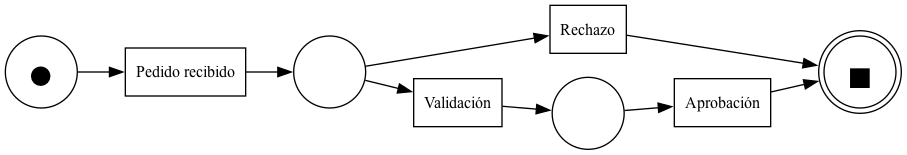
This is proyecto/proceso.png from IvanciniGT/fornacionProcessMining, a BPMN export, as it was before one commit. Its source is kept beside it as proyecto/proceso.bpmn. Ids are renumbered. The source it was exported from:
```xml
<bpmn:definitions xmlns:bpmn="http://www.omg.org/spec/BPMN/20100524/MODEL" xmlns:bpmndi="http://www.omg.org/spec/BPMN/20100524/DI" xmlns:omgdc="http://www.omg.org/spec/DD/20100524/DC" xmlns:omgdi="http://www.omg.org/spec/DD/20100524/DI" xmlns:xsi="http://www.w3.org/2001/XMLSchema-instance" xmlns:xsd="http://www.w3.org/2001/XMLSchema" targetNamespace="http://www.signavio.com/bpmn20" typeLanguage="http://www.w3.org/2001/XMLSchema" expressionLanguage="http://www.w3.org/1999/XPath">
	<bpmn:process id="id07df0a16-772d-4e4c-b213-dbe2029f565e" isClosed="false" isExecutable="false" processType="None">
		<bpmn:task id="idd175c2dd-d9d7-4afc-ac56-90d0a5f070ef" name="Aprobación">
			<bpmn:incoming>id39492d9d-66f8-4793-bb49-9fc16191d588</bpmn:incoming>
			<bpmn:outgoing>idd7492dc2-7cfe-4581-afa4-95319f27edb0</bpmn:outgoing>
		</bpmn:task>
		<bpmn:task id="id44bef094-f621-43da-8725-9857afab805f" name="Validación">
			<bpmn:incoming>id5c0fa94c-c4c3-417b-b7fa-5176b1067412</bpmn:incoming>
			<bpmn:outgoing>id39492d9d-66f8-4793-bb49-9fc16191d588</bpmn:outgoing>
		</bpmn:task>
		<bpmn:exclusiveGateway id="idbc122e82-72bc-4800-bb1d-11d58648e57e" gatewayDirection="Diverging" name="">
			<bpmn:incoming>ideee2c6b2-c3f3-4c30-8962-8a26df002ed3</bpmn:incoming>
			<bpmn:outgoing>id5c0fa94c-c4c3-417b-b7fa-5176b1067412</bpmn:outgoing>
			<bpmn:outgoing>id262f49ca-8179-479f-81b6-4537be7e9026</bpmn:outgoing>
		</bpmn:exclusiveGateway>
		<bpmn:startEvent id="id7e060848-5004-4439-8a41-2bea82f48877" isInterrupting="true" name="start" parallelMultiple="false">
			<bpmn:outgoing>idbb167b46-a9c0-4f31-a0cb-5dd1ac8ae245</bpmn:outgoing>
		</bpmn:startEvent>
		<bpmn:task id="id470d613f-b330-4660-8f31-f81c857dfc9e" name="Pedido recibido">
			<bpmn:incoming>idbb167b46-a9c0-4f31-a0cb-5dd1ac8ae245</bpmn:incoming>
			<bpmn:outgoing>ideee2c6b2-c3f3-4c30-8962-8a26df002ed3</bpmn:outgoing>
		</bpmn:task>
		<bpmn:endEvent id="idb58a486b-828f-4c9d-a29e-dc43da1d15fc" name="end">
			<bpmn:incoming>id59f110b9-e48a-4c8d-b307-df32bb8a9810</bpmn:incoming>
		</bpmn:endEvent>
		<bpmn:task id="iddd1d86b5-7549-4c13-a416-7d34247a7de6" name="Rechazo">
			<bpmn:incoming>id262f49ca-8179-479f-81b6-4537be7e9026</bpmn:incoming>
			<bpmn:outgoing>ide95dbe31-0deb-4e14-9f1f-ecc5c1e6a98f</bpmn:outgoing>
		</bpmn:task>
		<bpmn:exclusiveGateway id="id995c562d-d22d-4783-af8a-55aa61006626" gatewayDirection="Converging" name="">
			<bpmn:incoming>idd7492dc2-7cfe-4581-afa4-95319f27edb0</bpmn:incoming>
			<bpmn:incoming>ide95dbe31-0deb-4e14-9f1f-ecc5c1e6a98f</bpmn:incoming>
			<bpmn:outgoing>id59f110b9-e48a-4c8d-b307-df32bb8a9810</bpmn:outgoing>
		</bpmn:exclusiveGateway>
		<bpmn:sequenceFlow id="ideee2c6b2-c3f3-4c30-8962-8a26df002ed3" name="" sourceRef="id470d613f-b330-4660-8f31-f81c857dfc9e" targetRef="idbc122e82-72bc-4800-bb1d-11d58648e57e"/>
		<bpmn:sequenceFlow id="idd7492dc2-7cfe-4581-afa4-95319f27edb0" name="" sourceRef="idd175c2dd-d9d7-4afc-ac56-90d0a5f070ef" targetRef="id995c562d-d22d-4783-af8a-55aa61006626"/>
		<bpmn:sequenceFlow id="ide95dbe31-0deb-4e14-9f1f-ecc5c1e6a98f" name="" sourceRef="iddd1d86b5-7549-4c13-a416-7d34247a7de6" targetRef="id995c562d-d22d-4783-af8a-55aa61006626"/>
		<bpmn:sequenceFlow id="id39492d9d-66f8-4793-bb49-9fc16191d588" name="" sourceRef="id44bef094-f621-43da-8725-9857afab805f" targetRef="idd175c2dd-d9d7-4afc-ac56-90d0a5f070ef"/>
		<bpmn:sequenceFlow id="idbb167b46-a9c0-4f31-a0cb-5dd1ac8ae245" name="" sourceRef="id7e060848-5004-4439-8a41-2bea82f48877" targetRef="id470d613f-b330-4660-8f31-f81c857dfc9e"/>
		<bpmn:sequenceFlow id="id59f110b9-e48a-4c8d-b307-df32bb8a9810" name="" sourceRef="id995c562d-d22d-4783-af8a-55aa61006626" targetRef="idb58a486b-828f-4c9d-a29e-dc43da1d15fc"/>
		<bpmn:sequenceFlow id="id262f49ca-8179-479f-81b6-4537be7e9026" name="" sourceRef="idbc122e82-72bc-4800-bb1d-11d58648e57e" targetRef="iddd1d86b5-7549-4c13-a416-7d34247a7de6"/>
		<bpmn:sequenceFlow id="id5c0fa94c-c4c3-417b-b7fa-5176b1067412" name="" sourceRef="idbc122e82-72bc-4800-bb1d-11d58648e57e" targetRef="id44bef094-f621-43da-8725-9857afab805f"/>
	</bpmn:process>
	<bpmndi:BPMNDiagram id="idbb8f0dfd-7cfe-418b-8c59-c1fe6e3a8498" name="diagram">
		<bpmndi:BPMNPlane bpmnElement="id07df0a16-772d-4e4c-b213-dbe2029f565e" id="id4334c7ca-139e-4f15-bc1e-269e6d3c7e13">
			<bpmndi:BPMNShape bpmnElement="idd175c2dd-d9d7-4afc-ac56-90d0a5f070ef" id="idd175c2dd-d9d7-4afc-ac56-90d0a5f070ef_gui">
				<omgdc:Bounds height="100" width="100" x="0" y="0"/>
			</bpmndi:BPMNShape>
			<bpmndi:BPMNShape bpmnElement="id44bef094-f621-43da-8725-9857afab805f" id="id44bef094-f621-43da-8725-9857afab805f_gui">
				<omgdc:Bounds height="100" width="100" x="0" y="0"/>
			</bpmndi:BPMNShape>
			<bpmndi:BPMNShape bpmnElement="idbc122e82-72bc-4800-bb1d-11d58648e57e" id="idbc122e82-72bc-4800-bb1d-11d58648e57e_gui">
				<omgdc:Bounds height="100" width="100" x="0" y="0"/>
			</bpmndi:BPMNShape>
			<bpmndi:BPMNShape bpmnElement="id7e060848-5004-4439-8a41-2bea82f48877" id="id7e060848-5004-4439-8a41-2bea82f48877_gui">
				<omgdc:Bounds height="100" width="100" x="0" y="0"/>
			</bpmndi:BPMNShape>
			<bpmndi:BPMNShape bpmnElement="id470d613f-b330-4660-8f31-f81c857dfc9e" id="id470d613f-b330-4660-8f31-f81c857dfc9e_gui">
				<omgdc:Bounds height="100" width="100" x="0" y="0"/>
			</bpmndi:BPMNShape>
			<bpmndi:BPMNShape bpmnElement="idb58a486b-828f-4c9d-a29e-dc43da1d15fc" id="idb58a486b-828f-4c9d-a29e-dc43da1d15fc_gui">
				<omgdc:Bounds height="100" width="100" x="0" y="0"/>
			</bpmndi:BPMNShape>
			<bpmndi:BPMNShape bpmnElement="iddd1d86b5-7549-4c13-a416-7d34247a7de6" id="iddd1d86b5-7549-4c13-a416-7d34247a7de6_gui">
				<omgdc:Bounds height="100" width="100" x="0" y="0"/>
			</bpmndi:BPMNShape>
			<bpmndi:BPMNShape bpmnElement="id995c562d-d22d-4783-af8a-55aa61006626" id="id995c562d-d22d-4783-af8a-55aa61006626_gui">
				<omgdc:Bounds height="100" width="100" x="0" y="0"/>
			</bpmndi:BPMNShape>
			<bpmndi:BPMNEdge bpmnElement="ideee2c6b2-c3f3-4c30-8962-8a26df002ed3" id="ideee2c6b2-c3f3-4c30-8962-8a26df002ed3_gui">
				<omgdi:waypoint x="0" y="0"/>
				<omgdi:waypoint x="0" y="0"/>
			</bpmndi:BPMNEdge>
			<bpmndi:BPMNEdge bpmnElement="idd7492dc2-7cfe-4581-afa4-95319f27edb0" id="idd7492dc2-7cfe-4581-afa4-95319f27edb0_gui">
				<omgdi:waypoint x="0" y="0"/>
				<omgdi:waypoint x="0" y="0"/>
			</bpmndi:BPMNEdge>
			<bpmndi:BPMNEdge bpmnElement="ide95dbe31-0deb-4e14-9f1f-ecc5c1e6a98f" id="ide95dbe31-0deb-4e14-9f1f-ecc5c1e6a98f_gui">
				<omgdi:waypoint x="0" y="0"/>
				<omgdi:waypoint x="0" y="0"/>
			</bpmndi:BPMNEdge>
			<bpmndi:BPMNEdge bpmnElement="id39492d9d-66f8-4793-bb49-9fc16191d588" id="id39492d9d-66f8-4793-bb49-9fc16191d588_gui">
				<omgdi:waypoint x="0" y="0"/>
				<omgdi:waypoint x="0" y="0"/>
			</bpmndi:BPMNEdge>
			<bpmndi:BPMNEdge bpmnElement="idbb167b46-a9c0-4f31-a0cb-5dd1ac8ae245" id="idbb167b46-a9c0-4f31-a0cb-5dd1ac8ae245_gui">
				<omgdi:waypoint x="0" y="0"/>
				<omgdi:waypoint x="0" y="0"/>
			</bpmndi:BPMNEdge>
			<bpmndi:BPMNEdge bpmnElement="id59f110b9-e48a-4c8d-b307-df32bb8a9810" id="id59f110b9-e48a-4c8d-b307-df32bb8a9810_gui">
				<omgdi:waypoint x="0" y="0"/>
				<omgdi:waypoint x="0" y="0"/>
			</bpmndi:BPMNEdge>
			<bpmndi:BPMNEdge bpmnElement="id262f49ca-8179-479f-81b6-4537be7e9026" id="id262f49ca-8179-479f-81b6-4537be7e9026_gui">
				<omgdi:waypoint x="0" y="0"/>
				<omgdi:waypoint x="0" y="0"/>
			</bpmndi:BPMNEdge>
			<bpmndi:BPMNEdge bpmnElement="id5c0fa94c-c4c3-417b-b7fa-5176b1067412" id="id5c0fa94c-c4c3-417b-b7fa-5176b1067412_gui">
				<omgdi:waypoint x="0" y="0"/>
				<omgdi:waypoint x="0" y="0"/>
			</bpmndi:BPMNEdge>
		</bpmndi:BPMNPlane>
	</bpmndi:BPMNDiagram>
</bpmn:definitions>
```
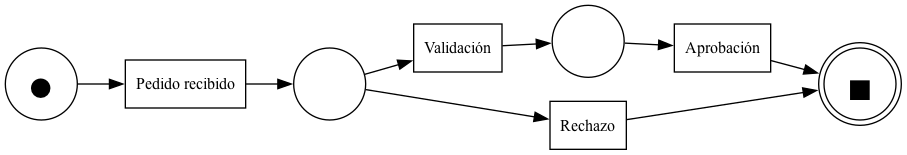
Later version of the same file.

What changed in the source:
```diff
@@ -1,101 +1,101 @@
 <bpmn:definitions xmlns:bpmn="http://www.omg.org/spec/BPMN/20100524/MODEL" xmlns:bpmndi="http://www.omg.org/spec/BPMN/20100524/DI" xmlns:omgdc="http://www.omg.org/spec/DD/20100524/DC" xmlns:omgdi="http://www.omg.org/spec/DD/20100524/DI" xmlns:xsi="http://www.w3.org/2001/XMLSchema-instance" xmlns:xsd="http://www.w3.org/2001/XMLSchema" targetNamespace="http://www.signavio.com/bpmn20" typeLanguage="http://www.w3.org/2001/XMLSchema" expressionLanguage="http://www.w3.org/1999/XPath">
-	<bpmn:process id="id07df0a16-772d-4e4c-b213-dbe2029f565e" isClosed="false" isExecutable="false" processType="None">
-		<bpmn:task id="idd175c2dd-d9d7-4afc-ac56-90d0a5f070ef" name="Aprobación">
-			<bpmn:incoming>id39492d9d-66f8-4793-bb49-9fc16191d588</bpmn:incoming>
-			<bpmn:outgoing>idd7492dc2-7cfe-4581-afa4-95319f27edb0</bpmn:outgoing>
+	<bpmn:process id="idff883278-a782-46be-8753-69ed045f25b2" isClosed="false" isExecutable="false" processType="None">
+		<bpmn:startEvent id="id6594d415-9bce-4fbb-8212-69505a89ed87" isInterrupting="true" name="start" parallelMultiple="false">
+			<bpmn:outgoing>id57bade37-9b22-4f04-8507-c6e9c0f9b85c</bpmn:outgoing>
+		</bpmn:startEvent>
+		<bpmn:task id="id8fc5c674-ca1e-4f13-898c-afba2a680346" name="Aprobación">
+			<bpmn:incoming>id27a8c4cc-bfbb-4586-ada8-4e8ed314bcc6</bpmn:incoming>
+			<bpmn:outgoing>id4e5296a8-976d-4ba7-9d4b-21c0367ceaa2</bpmn:outgoing>
 		</bpmn:task>
-		<bpmn:task id="id44bef094-f621-43da-8725-9857afab805f" name="Validación">
-			<bpmn:incoming>id5c0fa94c-c4c3-417b-b7fa-5176b1067412</bpmn:incoming>
-			<bpmn:outgoing>id39492d9d-66f8-4793-bb49-9fc16191d588</bpmn:outgoing>
+		<bpmn:task id="idb72cdee4-f36e-4233-bef3-cbbe7478666d" name="Validación">
+			<bpmn:incoming>id9202372a-2c44-4b64-80c6-0b350428802c</bpmn:incoming>
+			<bpmn:outgoing>id27a8c4cc-bfbb-4586-ada8-4e8ed314bcc6</bpmn:outgoing>
 		</bpmn:task>
-		<bpmn:exclusiveGateway id="idbc122e82-72bc-4800-bb1d-11d58648e57e" gatewayDirection="Diverging" name="">
-			<bpmn:incoming>ideee2c6b2-c3f3-4c30-8962-8a26df002ed3</bpmn:incoming>
-			<bpmn:outgoing>id5c0fa94c-c4c3-417b-b7fa-5176b1067412</bpmn:outgoing>
-			<bpmn:outgoing>id262f49ca-8179-479f-81b6-4537be7e9026</bpmn:outgoing>
+		<bpmn:exclusiveGateway id="id134a6237-05ae-40e8-941f-4ae38ae382b9" gatewayDirection="Converging" name="">
+			<bpmn:incoming>id4e5296a8-976d-4ba7-9d4b-21c0367ceaa2</bpmn:incoming>
+			<bpmn:incoming>id14e41b5d-f9ec-466b-ac2c-3105e97f6de9</bpmn:incoming>
+			<bpmn:outgoing>id11676f8a-309e-4892-a1cd-c5292acd186a</bpmn:outgoing>
 		</bpmn:exclusiveGateway>
-		<bpmn:startEvent id="id7e060848-5004-4439-8a41-2bea82f48877" isInterrupting="true" name="start" parallelMultiple="false">
-			<bpmn:outgoing>idbb167b46-a9c0-4f31-a0cb-5dd1ac8ae245</bpmn:outgoing>
-		</bpmn:startEvent>
-		<bpmn:task id="id470d613f-b330-4660-8f31-f81c857dfc9e" name="Pedido recibido">
-			<bpmn:incoming>idbb167b46-a9c0-4f31-a0cb-5dd1ac8ae245</bpmn:incoming>
-			<bpmn:outgoing>ideee2c6b2-c3f3-4c30-8962-8a26df002ed3</bpmn:outgoing>
+		<bpmn:endEvent id="id41232b39-f47f-4671-9601-d4cc579d4808" name="end">
+			<bpmn:incoming>id11676f8a-309e-4892-a1cd-c5292acd186a</bpmn:incoming>
+		</bpmn:endEvent>
+		<bpmn:task id="id312d2b5c-76a1-4730-8d3b-8a5ba14bac87" name="Rechazo">
+			<bpmn:incoming>id86ce0a59-124a-44a4-abe5-62d6d11496dc</bpmn:incoming>
+			<bpmn:outgoing>id14e41b5d-f9ec-466b-ac2c-3105e97f6de9</bpmn:outgoing>
 		</bpmn:task>
-		<bpmn:endEvent id="idb58a486b-828f-4c9d-a29e-dc43da1d15fc" name="end">
-			<bpmn:incoming>id59f110b9-e48a-4c8d-b307-df32bb8a9810</bpmn:incoming>
-		</bpmn:endEvent>
-		<bpmn:task id="iddd1d86b5-7549-4c13-a416-7d34247a7de6" name="Rechazo">
-			<bpmn:incoming>id262f49ca-8179-479f-81b6-4537be7e9026</bpmn:incoming>
-			<bpmn:outgoing>ide95dbe31-0deb-4e14-9f1f-ecc5c1e6a98f</bpmn:outgoing>
+		<bpmn:exclusiveGateway id="idde0e7bd8-8305-4a56-aacc-8daa7294e02a" gatewayDirection="Diverging" name="">
+			<bpmn:incoming>id829ffb2b-ee24-4e48-8cc9-0a66d6006cab</bpmn:incoming>
+			<bpmn:outgoing>id9202372a-2c44-4b64-80c6-0b350428802c</bpmn:outgoing>
+			<bpmn:outgoing>id86ce0a59-124a-44a4-abe5-62d6d11496dc</bpmn:outgoing>
+		</bpmn:exclusiveGateway>
+		<bpmn:task id="id31c356a4-5f87-4698-8d2c-d82ed73baa3e" name="Pedido recibido">
+			<bpmn:incoming>id57bade37-9b22-4f04-8507-c6e9c0f9b85c</bpmn:incoming>
+			<bpmn:outgoing>id829ffb2b-ee24-4e48-8cc9-0a66d6006cab</bpmn:outgoing>
 		</bpmn:task>
-		<bpmn:exclusiveGateway id="id995c562d-d22d-4783-af8a-55aa61006626" gatewayDirection="Converging" name="">
-			<bpmn:incoming>idd7492dc2-7cfe-4581-afa4-95319f27edb0</bpmn:incoming>
-			<bpmn:incoming>ide95dbe31-0deb-4e14-9f1f-ecc5c1e6a98f</bpmn:incoming>
-			<bpmn:outgoing>id59f110b9-e48a-4c8d-b307-df32bb8a9810</bpmn:outgoing>
-		</bpmn:exclusiveGateway>
-		<bpmn:sequenceFlow id="ideee2c6b2-c3f3-4c30-8962-8a26df002ed3" name="" sourceRef="id470d613f-b330-4660-8f31-f81c857dfc9e" targetRef="idbc122e82-72bc-4800-bb1d-11d58648e57e"/>
-		<bpmn:sequenceFlow id="idd7492dc2-7cfe-4581-afa4-95319f27edb0" name="" sourceRef="idd175c2dd-d9d7-4afc-ac56-90d0a5f070ef" targetRef="id995c562d-d22d-4783-af8a-55aa61006626"/>
-		<bpmn:sequenceFlow id="ide95dbe31-0deb-4e14-9f1f-ecc5c1e6a98f" name="" sourceRef="iddd1d86b5-7549-4c13-a416-7d34247a7de6" targetRef="id995c562d-d22d-4783-af8a-55aa61006626"/>
-		<bpmn:sequenceFlow id="id39492d9d-66f8-4793-bb49-9fc16191d588" name="" sourceRef="id44bef094-f621-43da-8725-9857afab805f" targetRef="idd175c2dd-d9d7-4afc-ac56-90d0a5f070ef"/>
-		<bpmn:sequenceFlow id="idbb167b46-a9c0-4f31-a0cb-5dd1ac8ae245" name="" sourceRef="id7e060848-5004-4439-8a41-2bea82f48877" targetRef="id470d613f-b330-4660-8f31-f81c857dfc9e"/>
-		<bpmn:sequenceFlow id="id59f110b9-e48a-4c8d-b307-df32bb8a9810" name="" sourceRef="id995c562d-d22d-4783-af8a-55aa61006626" targetRef="idb58a486b-828f-4c9d-a29e-dc43da1d15fc"/>
-		<bpmn:sequenceFlow id="id262f49ca-8179-479f-81b6-4537be7e9026" name="" sourceRef="idbc122e82-72bc-4800-bb1d-11d58648e57e" targetRef="iddd1d86b5-7549-4c13-a416-7d34247a7de6"/>
-		<bpmn:sequenceFlow id="id5c0fa94c-c4c3-417b-b7fa-5176b1067412" name="" sourceRef="idbc122e82-72bc-4800-bb1d-11d58648e57e" targetRef="id44bef094-f621-43da-8725-9857afab805f"/>
+		<bpmn:sequenceFlow id="id829ffb2b-ee24-4e48-8cc9-0a66d6006cab" name="" sourceRef="id31c356a4-5f87-4698-8d2c-d82ed73baa3e" targetRef="idde0e7bd8-8305-4a56-aacc-8daa7294e02a"/>
+		<bpmn:sequenceFlow id="id14e41b5d-f9ec-466b-ac2c-3105e97f6de9" name="" sourceRef="id312d2b5c-76a1-4730-8d3b-8a5ba14bac87" targetRef="id134a6237-05ae-40e8-941f-4ae38ae382b9"/>
+		<bpmn:sequenceFlow id="id57bade37-9b22-4f04-8507-c6e9c0f9b85c" name="" sourceRef="id6594d415-9bce-4fbb-8212-69505a89ed87" targetRef="id31c356a4-5f87-4698-8d2c-d82ed73baa3e"/>
+		<bpmn:sequenceFlow id="id4e5296a8-976d-4ba7-9d4b-21c0367ceaa2" name="" sourceRef="id8fc5c674-ca1e-4f13-898c-afba2a680346" targetRef="id134a6237-05ae-40e8-941f-4ae38ae382b9"/>
+		<bpmn:sequenceFlow id="id86ce0a59-124a-44a4-abe5-62d6d11496dc" name="" sourceRef="idde0e7bd8-8305-4a56-aacc-8daa7294e02a" targetRef="id312d2b5c-76a1-4730-8d3b-8a5ba14bac87"/>
+		<bpmn:sequenceFlow id="id9202372a-2c44-4b64-80c6-0b350428802c" name="" sourceRef="idde0e7bd8-8305-4a56-aacc-8daa7294e02a" targetRef="idb72cdee4-f36e-4233-bef3-cbbe7478666d"/>
+		<bpmn:sequenceFlow id="id11676f8a-309e-4892-a1cd-c5292acd186a" name="" sourceRef="id134a6237-05ae-40e8-941f-4ae38ae382b9" targetRef="id41232b39-f47f-4671-9601-d4cc579d4808"/>
+		<bpmn:sequenceFlow id="id27a8c4cc-bfbb-4586-ada8-4e8ed314bcc6" name="" sourceRef="idb72cdee4-f36e-4233-bef3-cbbe7478666d" targetRef="id8fc5c674-ca1e-4f13-898c-afba2a680346"/>
 	</bpmn:process>
-	<bpmndi:BPMNDiagram id="idbb8f0dfd-7cfe-418b-8c59-c1fe6e3a8498" name="diagram">
-		<bpmndi:BPMNPlane bpmnElement="id07df0a16-772d-4e4c-b213-dbe2029f565e" id="id4334c7ca-139e-4f15-bc1e-269e6d3c7e13">
-			<bpmndi:BPMNShape bpmnElement="idd175c2dd-d9d7-4afc-ac56-90d0a5f070ef" id="idd175c2dd-d9d7-4afc-ac56-90d0a5f070ef_gui">
+	<bpmndi:BPMNDiagram id="id3c832f25-4b2e-43fd-a970-7e90f9a3df7d" name="diagram">
+		<bpmndi:BPMNPlane bpmnElement="idff883278-a782-46be-8753-69ed045f25b2" id="id2670e4c5-fcc9-42c1-a2b2-0071871ab240">
+			<bpmndi:BPMNShape bpmnElement="id6594d415-9bce-4fbb-8212-69505a89ed87" id="id6594d415-9bce-4fbb-8212-69505a89ed87_gui">
 				<omgdc:Bounds height="100" width="100" x="0" y="0"/>
 			</bpmndi:BPMNShape>
-			<bpmndi:BPMNShape bpmnElement="id44bef094-f621-43da-8725-9857afab805f" id="id44bef094-f621-43da-8725-9857afab805f_gui">
+			<bpmndi:BPMNShape bpmnElement="id8fc5c674-ca1e-4f13-898c-afba2a680346" id="id8fc5c674-ca1e-4f13-898c-afba2a680346_gui">
 				<omgdc:Bounds height="100" width="100" x="0" y="0"/>
 			</bpmndi:BPMNShape>
-			<bpmndi:BPMNShape bpmnElement="idbc122e82-72bc-4800-bb1d-11d58648e57e" id="idbc122e82-72bc-4800-bb1d-11d58648e57e_gui">
+			<bpmndi:BPMNShape bpmnElement="idb72cdee4-f36e-4233-bef3-cbbe7478666d" id="idb72cdee4-f36e-4233-bef3-cbbe7478666d_gui">
 				<omgdc:Bounds height="100" width="100" x="0" y="0"/>
 			</bpmndi:BPMNShape>
-			<bpmndi:BPMNShape bpmnElement="id7e060848-5004-4439-8a41-2bea82f48877" id="id7e060848-5004-4439-8a41-2bea82f48877_gui">
+			<bpmndi:BPMNShape bpmnElement="id134a6237-05ae-40e8-941f-4ae38ae382b9" id="id134a6237-05ae-40e8-941f-4ae38ae382b9_gui">
 				<omgdc:Bounds height="100" width="100" x="0" y="0"/>
 			</bpmndi:BPMNShape>
-			<bpmndi:BPMNShape bpmnElement="id470d613f-b330-4660-8f31-f81c857dfc9e" id="id470d613f-b330-4660-8f31-f81c857dfc9e_gui">
+			<bpmndi:BPMNShape bpmnElement="id41232b39-f47f-4671-9601-d4cc579d4808" id="id41232b39-f47f-4671-9601-d4cc579d4808_gui">
 				<omgdc:Bounds height="100" width="100" x="0" y="0"/>
 			</bpmndi:BPMNShape>
-			<bpmndi:BPMNShape bpmnElement="idb58a486b-828f-4c9d-a29e-dc43da1d15fc" id="idb58a486b-828f-4c9d-a29e-dc43da1d15fc_gui">
+			<bpmndi:BPMNShape bpmnElement="id312d2b5c-76a1-4730-8d3b-8a5ba14bac87" id="id312d2b5c-76a1-4730-8d3b-8a5ba14bac87_gui">
 				<omgdc:Bounds height="100" width="100" x="0" y="0"/>
 			</bpmndi:BPMNShape>
-			<bpmndi:BPMNShape bpmnElement="iddd1d86b5-7549-4c13-a416-7d34247a7de6" id="iddd1d86b5-7549-4c13-a416-7d34247a7de6_gui">
+			<bpmndi:BPMNShape bpmnElement="idde0e7bd8-8305-4a56-aacc-8daa7294e02a" id="idde0e7bd8-8305-4a56-aacc-8daa7294e02a_gui">
 				<omgdc:Bounds height="100" width="100" x="0" y="0"/>
 			</bpmndi:BPMNShape>
-			<bpmndi:BPMNShape bpmnElement="id995c562d-d22d-4783-af8a-55aa61006626" id="id995c562d-d22d-4783-af8a-55aa61006626_gui">
+			<bpmndi:BPMNShape bpmnElement="id31c356a4-5f87-4698-8d2c-d82ed73baa3e" id="id31c356a4-5f87-4698-8d2c-d82ed73baa3e_gui">
 				<omgdc:Bounds height="100" width="100" x="0" y="0"/>
 			</bpmndi:BPMNShape>
-			<bpmndi:BPMNEdge bpmnElement="ideee2c6b2-c3f3-4c30-8962-8a26df002ed3" id="ideee2c6b2-c3f3-4c30-8962-8a26df002ed3_gui">
+			<bpmndi:BPMNEdge bpmnElement="id829ffb2b-ee24-4e48-8cc9-0a66d6006cab" id="id829ffb2b-ee24-4e48-8cc9-0a66d6006cab_gui">
 				<omgdi:waypoint x="0" y="0"/>
 				<omgdi:waypoint x="0" y="0"/>
 			</bpmndi:BPMNEdge>
-			<bpmndi:BPMNEdge bpmnElement="idd7492dc2-7cfe-4581-afa4-95319f27edb0" id="idd7492dc2-7cfe-4581-afa4-95319f27edb0_gui">
+			<bpmndi:BPMNEdge bpmnElement="id14e41b5d-f9ec-466b-ac2c-3105e97f6de9" id="id14e41b5d-f9ec-466b-ac2c-3105e97f6de9_gui">
 				<omgdi:waypoint x="0" y="0"/>
 				<omgdi:waypoint x="0" y="0"/>
 			</bpmndi:BPMNEdge>
-			<bpmndi:BPMNEdge bpmnElement="ide95dbe31-0deb-4e14-9f1f-ecc5c1e6a98f" id="ide95dbe31-0deb-4e14-9f1f-ecc5c1e6a98f_gui">
+			<bpmndi:BPMNEdge bpmnElement="id57bade37-9b22-4f04-8507-c6e9c0f9b85c" id="id57bade37-9b22-4f04-8507-c6e9c0f9b85c_gui">
 				<omgdi:waypoint x="0" y="0"/>
 				<omgdi:waypoint x="0" y="0"/>
 			</bpmndi:BPMNEdge>
-			<bpmndi:BPMNEdge bpmnElement="id39492d9d-66f8-4793-bb49-9fc16191d588" id="id39492d9d-66f8-4793-bb49-9fc16191d588_gui">
+			<bpmndi:BPMNEdge bpmnElement="id4e5296a8-976d-4ba7-9d4b-21c0367ceaa2" id="id4e5296a8-976d-4ba7-9d4b-21c0367ceaa2_gui">
 				<omgdi:waypoint x="0" y="0"/>
 				<omgdi:waypoint x="0" y="0"/>
 			</bpmndi:BPMNEdge>
-			<bpmndi:BPMNEdge bpmnElement="idbb167b46-a9c0-4f31-a0cb-5dd1ac8ae245" id="idbb167b46-a9c0-4f31-a0cb-5dd1ac8ae245_gui">
+			<bpmndi:BPMNEdge bpmnElement="id86ce0a59-124a-44a4-abe5-62d6d11496dc" id="id86ce0a59-124a-44a4-abe5-62d6d11496dc_gui">
 				<omgdi:waypoint x="0" y="0"/>
 				<omgdi:waypoint x="0" y="0"/>
 			</bpmndi:BPMNEdge>
-			<bpmndi:BPMNEdge bpmnElement="id59f110b9-e48a-4c8d-b307-df32bb8a9810" id="id59f110b9-e48a-4c8d-b307-df32bb8a9810_gui">
+			<bpmndi:BPMNEdge bpmnElement="id9202372a-2c44-4b64-80c6-0b350428802c" id="id9202372a-2c44-4b64-80c6-0b350428802c_gui">
 				<omgdi:waypoint x="0" y="0"/>
 				<omgdi:waypoint x="0" y="0"/>
 			</bpmndi:BPMNEdge>
-			<bpmndi:BPMNEdge bpmnElement="id262f49ca-8179-479f-81b6-4537be7e9026" id="id262f49ca-8179-479f-81b6-4537be7e9026_gui">
+			<bpmndi:BPMNEdge bpmnElement="id11676f8a-309e-4892-a1cd-c5292acd186a" id="id11676f8a-309e-4892-a1cd-c5292acd186a_gui">
 				<omgdi:waypoint x="0" y="0"/>
 				<omgdi:waypoint x="0" y="0"/>
 			</bpmndi:BPMNEdge>
-			<bpmndi:BPMNEdge bpmnElement="id5c0fa94c-c4c3-417b-b7fa-5176b1067412" id="id5c0fa94c-c4c3-417b-b7fa-5176b1067412_gui">
+			<bpmndi:BPMNEdge bpmnElement="id27a8c4cc-bfbb-4586-ada8-4e8ed314bcc6" id="id27a8c4cc-bfbb-4586-ada8-4e8ed314bcc6_gui">
 				<omgdi:waypoint x="0" y="0"/>
 				<omgdi:waypoint x="0" y="0"/>
 			</bpmndi:BPMNEdge>
```
